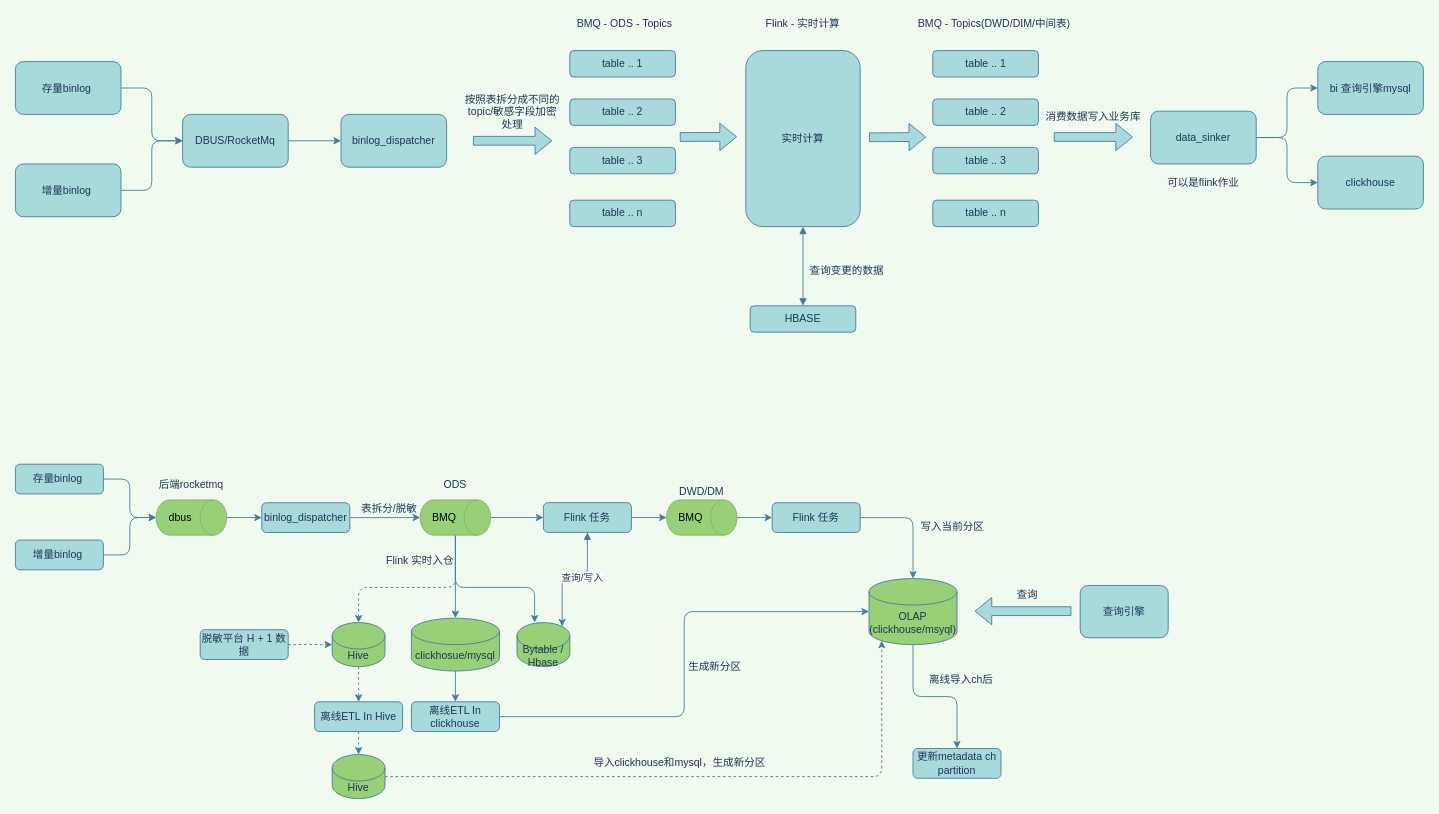
Before: real_time_etl.drawio in cicelprg/drawio, a draw.io diagram. Source tidied: cells renumbered, new cells numbered last; positions are measured from the earlier drawing's top-left corner, leaving out a move shared by most shapes. Both pictures are drawn from the tidied source at 88%, with x=0, y=0 at pixel (15, 15).
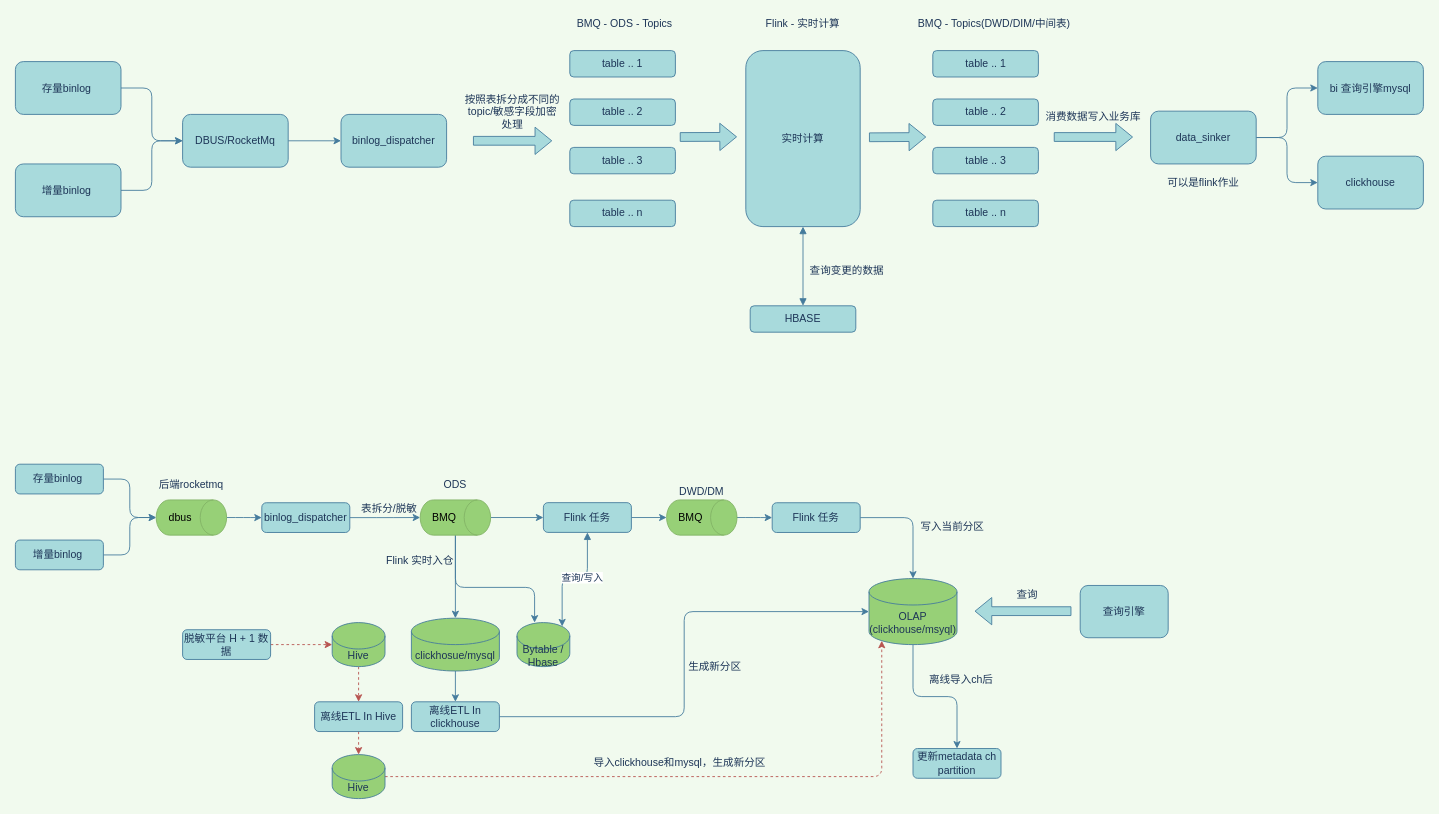
The same diagram, later.

The change refers to these unchanged cells:
```xml
<mxCell id="49" value="BMQ" style="shape=cylinder3;whiteSpace=wrap;html=1;boundedLbl=1;backgroundOutline=1;size=15;rounded=0;sketch=0;strokeColor=#82b366;direction=south;fillColor=#97D077;" parent="1" vertex="1">
  <mxGeometry x="460" y="550.6" width="80" height="40" as="geometry" />
</mxCell>
<mxCell id="53" value="Hive" style="shape=cylinder3;whiteSpace=wrap;html=1;boundedLbl=1;backgroundOutline=1;size=15;rounded=0;sketch=0;strokeColor=#457B9D;fillColor=#97D077;fontColor=#1D3557;" parent="1" vertex="1">
  <mxGeometry x="360" y="690" width="60" height="50" as="geometry" />
</mxCell>
<mxCell id="67" value="OLAP&lt;br&gt;(clickhouse/msyql)" style="shape=cylinder3;whiteSpace=wrap;html=1;boundedLbl=1;backgroundOutline=1;size=15;rounded=0;sketch=0;strokeColor=#457B9D;fillColor=#97D077;fontColor=#1D3557;" parent="1" vertex="1">
  <mxGeometry x="970" y="640" width="100" height="75" as="geometry" />
</mxCell>
<mxCell id="71" value="离线ETL In Hive" style="rounded=1;whiteSpace=wrap;html=1;sketch=0;strokeColor=#457B9D;fillColor=#A8DADC;fontColor=#1D3557;" parent="1" vertex="1">
  <mxGeometry x="340" y="780" width="100" height="33.8" as="geometry" />
</mxCell>
<mxCell id="73" value="Hive" style="shape=cylinder3;whiteSpace=wrap;html=1;boundedLbl=1;backgroundOutline=1;size=15;rounded=0;sketch=0;strokeColor=#457B9D;fillColor=#97D077;fontColor=#1D3557;" parent="1" vertex="1">
  <mxGeometry x="360" y="840" width="60" height="50" as="geometry" />
</mxCell>
```

Change to the diagram source:
```diff
@@
-    <mxCell id="46" style="edgeStyle=orthogonalEdgeStyle;curved=0;rounded=1;sketch=0;jettySize=auto;html=1;exitX=1;exitY=0.5;exitDx=0;exitDy=0;exitPerimeter=0;entryX=0.5;entryY=0;entryDx=0;entryDy=0;entryPerimeter=0;strokeColor=#457B9D;fillColor=#A8DADC;fontColor=#1D3557;dashed=1;" parent="1" edge="1" source="49" target="53">
-      <mxGeometry relative="1" as="geometry">
-        <Array as="points">
-          <mxPoint x="500" y="650" />
-          <mxPoint x="390" y="650" />
-        </Array>
-      </mxGeometry>
-    </mxCell>
@@
-    <mxCell id="52" style="edgeStyle=orthogonalEdgeStyle;curved=0;rounded=1;sketch=0;jettySize=auto;html=1;exitX=0.5;exitY=1;exitDx=0;exitDy=0;exitPerimeter=0;entryX=0.5;entryY=0;entryDx=0;entryDy=0;startArrow=none;startFill=0;strokeColor=#457B9D;fillColor=#A8DADC;fontColor=#1D3557;dashed=1;" parent="1" edge="1" source="53" target="71">
+    <mxCell id="52" style="edgeStyle=orthogonalEdgeStyle;curved=0;rounded=1;sketch=0;jettySize=auto;html=1;exitX=0.5;exitY=1;exitDx=0;exitDy=0;exitPerimeter=0;entryX=0.5;entryY=0;entryDx=0;entryDy=0;startArrow=none;startFill=0;strokeColor=#b85450;fillColor=#f8cecc;fontColor=#1D3557;dashed=1;" parent="1" edge="1" source="53" target="71">
       <mxGeometry relative="1" as="geometry" />
     </mxCell>
@@
-    <mxCell id="70" style="edgeStyle=orthogonalEdgeStyle;curved=0;rounded=1;sketch=0;jettySize=auto;html=1;exitX=0.5;exitY=1;exitDx=0;exitDy=0;entryX=0.5;entryY=0;entryDx=0;entryDy=0;entryPerimeter=0;dashed=1;startArrow=none;startFill=0;strokeColor=#457B9D;fillColor=#A8DADC;fontColor=#1D3557;" parent="1" edge="1" source="71" target="73">
+    <mxCell id="70" style="edgeStyle=orthogonalEdgeStyle;curved=0;rounded=1;sketch=0;jettySize=auto;html=1;exitX=0.5;exitY=1;exitDx=0;exitDy=0;entryX=0.5;entryY=0;entryDx=0;entryDy=0;entryPerimeter=0;dashed=1;startArrow=none;startFill=0;strokeColor=#b85450;fillColor=#f8cecc;fontColor=#1D3557;" parent="1" edge="1" source="71" target="73">
       <mxGeometry relative="1" as="geometry" />
     </mxCell>
@@
-    <mxCell id="72" style="edgeStyle=orthogonalEdgeStyle;curved=0;rounded=1;sketch=0;jettySize=auto;html=1;exitX=1;exitY=0.5;exitDx=0;exitDy=0;exitPerimeter=0;entryX=0.145;entryY=1;entryDx=0;entryDy=-4.35;entryPerimeter=0;dashed=1;startArrow=none;startFill=0;strokeColor=#457B9D;fillColor=#A8DADC;fontColor=#1D3557;" parent="1" edge="1" source="73" target="67">
+    <mxCell id="72" style="edgeStyle=orthogonalEdgeStyle;curved=0;rounded=1;sketch=0;jettySize=auto;html=1;exitX=1;exitY=0.5;exitDx=0;exitDy=0;exitPerimeter=0;entryX=0.145;entryY=1;entryDx=0;entryDy=-4.35;entryPerimeter=0;dashed=1;startArrow=none;startFill=0;strokeColor=#b85450;fillColor=#f8cecc;fontColor=#1D3557;" parent="1" edge="1" source="73" target="67">
       <mxGeometry relative="1" as="geometry" />
     </mxCell>
@@
-    <mxCell id="82" style="edgeStyle=orthogonalEdgeStyle;curved=0;rounded=1;sketch=0;jettySize=auto;html=1;exitX=1;exitY=0.5;exitDx=0;exitDy=0;entryX=0;entryY=0.5;entryDx=0;entryDy=0;entryPerimeter=0;startArrow=none;startFill=0;strokeColor=#457B9D;fillColor=#A8DADC;fontColor=#1D3557;dashed=1;" parent="1" edge="1" source="83" target="53">
+    <mxCell id="82" style="edgeStyle=orthogonalEdgeStyle;curved=0;rounded=1;sketch=0;jettySize=auto;html=1;exitX=1;exitY=0.5;exitDx=0;exitDy=0;entryX=0;entryY=0.5;entryDx=0;entryDy=0;entryPerimeter=0;startArrow=none;startFill=0;strokeColor=#b85450;fillColor=#f8cecc;fontColor=#1D3557;dashed=1;" parent="1" edge="1" source="83" target="53">
       <mxGeometry relative="1" as="geometry" />
     </mxCell>
     <mxCell id="83" value="脱敏平台 H + 1 数据" style="rounded=1;whiteSpace=wrap;html=1;sketch=0;strokeColor=#457B9D;fillColor=#A8DADC;fontColor=#1D3557;" parent="1" vertex="1">
-      <mxGeometry x="210" y="698.1" width="100" height="33.8" as="geometry" />
+      <mxGeometry x="190" y="698.1" width="100" height="33.8" as="geometry" />
     </mxCell>
```
